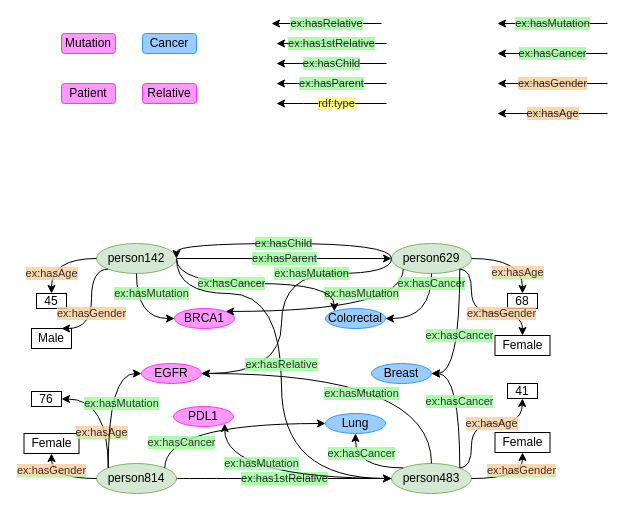
jason-huanghao/drawio_graphs keeps this draw.io diagram as Untitled Diagram.drawio. Above is the earlier version. Source tidied: cells renumbered, new cells numbered last; positions are measured from the earlier drawing's top-left corner, leaving out a move shared by most shapes. Both pictures are drawn from the tidied source at 100%, with x=0, y=0 at pixel (23, 23).
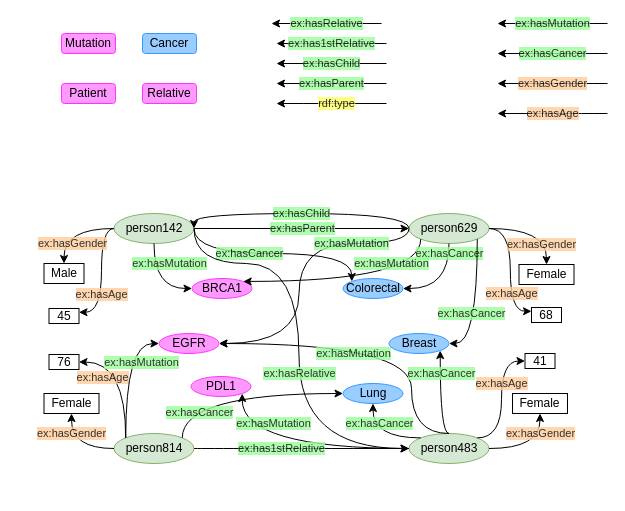
The same diagram, later.

What changed in the source:
```diff
@@
     <mxCell id="2" value="ex:hasParent" style="edgeStyle=orthogonalEdgeStyle;rounded=0;jettySize=auto;html=1;exitX=1;exitY=0.5;exitDx=0;exitDy=0;curved=1;labelBackgroundColor=#99FF99;entryX=0;entryY=0.5;entryDx=0;entryDy=0;textOpacity=80;" parent="1" edge="1" source="3" target="4">
       <mxGeometry relative="1" as="geometry">
         <Array as="points">
-          <mxPoint x="258" y="235" />
-          <mxPoint x="258" y="235" />
+          <mxPoint x="275.5" y="205" />
+          <mxPoint x="275.5" y="205" />
         </Array>
       </mxGeometry>
     </mxCell>
     <mxCell id="3" value="person142" style="ellipse;whiteSpace=wrap;html=1;fillColor=#d5e8d4;strokeColor=#82b366;" parent="1" vertex="1">
-      <mxGeometry x="73" y="220" width="80" height="30" as="geometry" />
+      <mxGeometry x="90.5" y="190" width="80" height="30" as="geometry" />
     </mxCell>
     <mxCell id="4" value="person629" style="ellipse;whiteSpace=wrap;html=1;fillColor=#d5e8d4;strokeColor=#82b366;" parent="1" vertex="1">
-      <mxGeometry x="368" y="220" width="80" height="30" as="geometry" />
+      <mxGeometry x="385.5" y="190" width="80" height="30" as="geometry" />
     </mxCell>
     <mxCell id="5" value="&lt;span class=&quot;notion-enable-hover&quot; style=&quot;&quot;&gt;Male&lt;/span&gt;" style="rounded=0;whiteSpace=wrap;html=1;" parent="1" vertex="1">
-      <mxGeometry x="8" y="305" width="40" height="20" as="geometry" />
+      <mxGeometry x="20.5" y="240" width="40" height="20" as="geometry" />
     </mxCell>
     <mxCell id="6" value="45" style="rounded=0;whiteSpace=wrap;html=1;" parent="1" vertex="1">
-      <mxGeometry x="13" y="270" width="30" height="15" as="geometry" />
+      <mxGeometry x="25.5" y="285" width="30" height="15" as="geometry" />
     </mxCell>
     <mxCell id="7" value="&lt;span class=&quot;notion-enable-hover&quot; style=&quot;&quot;&gt;Female&lt;/span&gt;" style="rounded=0;whiteSpace=wrap;html=1;" parent="1" vertex="1">
-      <mxGeometry x="471.5" y="312" width="55" height="20" as="geometry" />
+      <mxGeometry x="495.5" y="241" width="55" height="20" as="geometry" />
     </mxCell>
@@
-    <mxCell id="10" value="&lt;span style=&quot;background-color: rgb(255, 204, 153);&quot;&gt;ex:hasGender&lt;/span&gt;" style="edgeStyle=orthogonalEdgeStyle;rounded=0;orthogonalLoop=1;jettySize=auto;html=1;exitX=0;exitY=0.5;exitDx=0;exitDy=0;curved=1;labelBackgroundColor=#99FF99;entryX=1;entryY=0.5;entryDx=0;entryDy=0;textOpacity=80;" parent="1" edge="1">
+    <mxCell id="10" value="&lt;span style=&quot;&quot;&gt;ex:hasGender&lt;/span&gt;" style="edgeStyle=orthogonalEdgeStyle;rounded=0;orthogonalLoop=1;jettySize=auto;html=1;exitX=0;exitY=0.5;exitDx=0;exitDy=0;curved=1;labelBackgroundColor=#FFCC99;entryX=1;entryY=0.5;entryDx=0;entryDy=0;textOpacity=80;" parent="1" edge="1">
       <mxGeometry relative="1" as="geometry">
         <mxPoint x="584" y="60" as="sourcePoint" />
         <mxPoint x="474" y="60" as="targetPoint" />
       </mxGeometry>
     </mxCell>
-    <mxCell id="11" value="&lt;span style=&quot;background-color: rgb(255, 204, 153);&quot;&gt;ex:hasAge&lt;/span&gt;" style="edgeStyle=orthogonalEdgeStyle;rounded=0;orthogonalLoop=1;jettySize=auto;html=1;exitX=0;exitY=0.5;exitDx=0;exitDy=0;curved=1;labelBackgroundColor=#99FF99;entryX=1;entryY=0.5;entryDx=0;entryDy=0;textOpacity=80;" parent="1" edge="1">
+    <mxCell id="11" value="&lt;span style=&quot;&quot;&gt;ex:hasAge&lt;/span&gt;" style="edgeStyle=orthogonalEdgeStyle;rounded=0;orthogonalLoop=1;jettySize=auto;html=1;exitX=0;exitY=0.5;exitDx=0;exitDy=0;curved=1;labelBackgroundColor=#FFCC99;entryX=1;entryY=0.5;entryDx=0;entryDy=0;textOpacity=80;" parent="1" edge="1">
       <mxGeometry relative="1" as="geometry">
         <mxPoint x="584" y="90" as="sourcePoint" />
         <mxPoint x="474" y="90" as="targetPoint" />
       </mxGeometry>
     </mxCell>
     <mxCell id="12" value="EGFR" style="ellipse;whiteSpace=wrap;html=1;fillColor=#FF99FF;strokeColor=#FF33FF;" parent="1" vertex="1">
-      <mxGeometry x="118" y="340" width="60" height="20" as="geometry" />
+      <mxGeometry x="135.5" y="310" width="60" height="20" as="geometry" />
     </mxCell>
     <mxCell id="13" value="BRCA1" style="ellipse;whiteSpace=wrap;html=1;fillColor=#FF99FF;strokeColor=#FF33FF;" parent="1" vertex="1">
-      <mxGeometry x="151" y="285" width="60" height="20" as="geometry" />
+      <mxGeometry x="168.5" y="255" width="60" height="20" as="geometry" />
     </mxCell>
@@
     <mxCell id="15" value="person483" style="ellipse;whiteSpace=wrap;html=1;fillColor=#d5e8d4;strokeColor=#82b366;" parent="1" vertex="1">
-      <mxGeometry x="368" y="440" width="80" height="30" as="geometry" />
+      <mxGeometry x="385.5" y="410" width="80" height="30" as="geometry" />
     </mxCell>
     <mxCell id="16" value="person814" style="ellipse;whiteSpace=wrap;html=1;fillColor=#d5e8d4;strokeColor=#82b366;" parent="1" vertex="1">
-      <mxGeometry x="73" y="440" width="80" height="30" as="geometry" />
+      <mxGeometry x="90.5" y="410" width="80" height="30" as="geometry" />
     </mxCell>
     <mxCell id="17" value="68" style="rounded=0;whiteSpace=wrap;html=1;" parent="1" vertex="1">
-      <mxGeometry x="484" y="270" width="30" height="15" as="geometry" />
+      <mxGeometry x="508" y="284" width="30" height="15" as="geometry" />
     </mxCell>
     <mxCell id="18" value="Lung" style="ellipse;whiteSpace=wrap;html=1;fillColor=#99CCFF;strokeColor=#3399FF;" parent="1" vertex="1">
-      <mxGeometry x="302" y="390" width="60" height="20" as="geometry" />
+      <mxGeometry x="319.5" y="360" width="60" height="20" as="geometry" />
     </mxCell>
     <mxCell id="19" value="Breast" style="ellipse;whiteSpace=wrap;html=1;fillColor=#99CCFF;strokeColor=#3399FF;" parent="1" vertex="1">
-      <mxGeometry x="348" y="340" width="60" height="20" as="geometry" />
+      <mxGeometry x="365.5" y="310" width="60" height="20" as="geometry" />
     </mxCell>
     <mxCell id="20" value="Colorectal" style="ellipse;whiteSpace=wrap;html=1;fillColor=#99CCFF;strokeColor=#3399FF;" parent="1" vertex="1">
-      <mxGeometry x="302" y="285" width="60" height="20" as="geometry" />
+      <mxGeometry x="319.5" y="255" width="60" height="20" as="geometry" />
     </mxCell>
@@
     <mxCell id="23" value="PDL1" style="ellipse;whiteSpace=wrap;html=1;fillColor=#FF99FF;strokeColor=#FF33FF;" parent="1" vertex="1">
-      <mxGeometry x="150" y="383" width="60" height="20" as="geometry" />
+      <mxGeometry x="167.5" y="353" width="60" height="20" as="geometry" />
     </mxCell>
@@
     <mxCell id="26" value="ex:hasChild" style="edgeStyle=orthogonalEdgeStyle;rounded=0;jettySize=auto;html=1;exitX=0;exitY=0.5;exitDx=0;exitDy=0;curved=1;labelBackgroundColor=#99FF99;entryX=1;entryY=0.5;entryDx=0;entryDy=0;textOpacity=80;" parent="1" edge="1" source="4" target="3">
       <mxGeometry relative="1" as="geometry">
         <Array as="points">
-          <mxPoint x="368" y="220" />
-          <mxPoint x="153" y="220" />
+          <mxPoint x="385.5" y="190" />
+          <mxPoint x="170.5" y="190" />
         </Array>
       </mxGeometry>
     </mxCell>
@@
-    <mxCell id="29" value="ex:has1stRelative" style="edgeStyle=orthogonalEdgeStyle;rounded=0;jettySize=auto;html=1;exitX=1;exitY=0.5;exitDx=0;exitDy=0;curved=1;labelBackgroundColor=#99FF99;entryX=0;entryY=0.5;entryDx=0;entryDy=0;textOpacity=80;" parent="1" edge="1" source="16" target="15">
-      <mxGeometry relative="1" as="geometry" />
-    </mxCell>
-    <mxCell id="30" value="&lt;span style=&quot;background-color: rgb(255, 204, 153);&quot;&gt;ex:hasGender&lt;/span&gt;" style="edgeStyle=orthogonalEdgeStyle;rounded=0;jettySize=auto;html=1;exitX=0;exitY=1;exitDx=0;exitDy=0;curved=1;labelBackgroundColor=#99FF99;entryX=0.75;entryY=0;entryDx=0;entryDy=0;textOpacity=80;" parent="1" edge="1" source="3" target="5">
-      <mxGeometry x="0.15" relative="1" as="geometry">
-        <Array as="points">
-          <mxPoint x="68" y="246" />
-          <mxPoint x="68" y="305" />
-        </Array>
-      </mxGeometry>
-    </mxCell>
-    <mxCell id="31" value="&lt;span style=&quot;background-color: rgb(255, 204, 153);&quot;&gt;ex:hasAge&lt;/span&gt;" style="edgeStyle=orthogonalEdgeStyle;rounded=0;jettySize=auto;html=1;exitX=0;exitY=0.5;exitDx=0;exitDy=0;curved=1;labelBackgroundColor=#99FF99;entryX=0.5;entryY=0;entryDx=0;entryDy=0;textOpacity=80;" parent="1" edge="1" source="3" target="6">
-      <mxGeometry x="0.5" relative="1" as="geometry" />
+    <mxCell id="31" value="&lt;span style=&quot;&quot;&gt;ex:hasAge&lt;/span&gt;" style="edgeStyle=orthogonalEdgeStyle;rounded=0;jettySize=auto;html=1;exitX=0;exitY=0.5;exitDx=0;exitDy=0;curved=1;labelBackgroundColor=#FFCC99;entryX=1;entryY=0.25;entryDx=0;entryDy=0;textOpacity=80;" parent="1" edge="1" source="3" target="6">
+      <mxGeometry x="0.3" relative="1" as="geometry">
+        <Array as="points">
+          <mxPoint x="78" y="205" />
+          <mxPoint x="78" y="289" />
+        </Array>
+        <mxPoint y="1" as="offset" />
+      </mxGeometry>
     </mxCell>
-    <mxCell id="32" value="&lt;span style=&quot;background-color: rgb(255, 204, 153);&quot;&gt;ex:hasAge&lt;/span&gt;" style="edgeStyle=orthogonalEdgeStyle;rounded=0;jettySize=auto;html=1;exitX=1;exitY=0.5;exitDx=0;exitDy=0;curved=1;labelBackgroundColor=#99FF99;entryX=0.5;entryY=0;entryDx=0;entryDy=0;textOpacity=80;" parent="1" edge="1" source="4" target="17">
-      <mxGeometry x="0.5" y="-5" relative="1" as="geometry" />
+    <mxCell id="32" value="&lt;span style=&quot;&quot;&gt;ex:hasAge&lt;/span&gt;" style="edgeStyle=orthogonalEdgeStyle;rounded=0;jettySize=auto;html=1;exitX=1;exitY=0.5;exitDx=0;exitDy=0;curved=1;labelBackgroundColor=#FFCC99;entryX=0;entryY=0.25;entryDx=0;entryDy=0;textOpacity=80;" parent="1" edge="1" source="4" target="17">
+      <mxGeometry x="0.38" y="1" relative="1" as="geometry" />
     </mxCell>
-    <mxCell id="33" value="&lt;span style=&quot;background-color: rgb(255, 204, 153);&quot;&gt;ex:hasGender&lt;/span&gt;" style="edgeStyle=orthogonalEdgeStyle;rounded=0;jettySize=auto;html=1;curved=1;labelBackgroundColor=#99FF99;entryX=0.5;entryY=0;entryDx=0;entryDy=0;textOpacity=80;exitX=1;exitY=1;exitDx=0;exitDy=0;" parent="1" edge="1" source="4" target="7">
-      <mxGeometry x="0.33" relative="1" as="geometry">
+    <mxCell id="33" value="&lt;span style=&quot;&quot;&gt;ex:hasGender&lt;/span&gt;" style="edgeStyle=orthogonalEdgeStyle;rounded=0;jettySize=auto;html=1;curved=1;labelBackgroundColor=#FFCC99;textOpacity=80;exitX=1;exitY=0.5;exitDx=0;exitDy=0;entryX=0.5;entryY=0;entryDx=0;entryDy=0;" parent="1" edge="1" source="4" target="7">
+      <mxGeometry x="0.55" y="-5" relative="1" as="geometry">
         <Array as="points">
-          <mxPoint x="448" y="246" />
-          <mxPoint x="448" y="290" />
-          <mxPoint x="499" y="290" />
+          <mxPoint x="523" y="205" />
         </Array>
+        <mxPoint y="1" as="offset" />
       </mxGeometry>
     </mxCell>
     <mxCell id="34" value="&lt;span class=&quot;notion-enable-hover&quot; style=&quot;&quot;&gt;Female&lt;/span&gt;" style="rounded=0;whiteSpace=wrap;html=1;" parent="1" vertex="1">
-      <mxGeometry x="471.5" y="409" width="55" height="20" as="geometry" />
+      <mxGeometry x="489" y="370" width="55" height="20" as="geometry" />
     </mxCell>
     <mxCell id="35" value="41" style="rounded=0;whiteSpace=wrap;html=1;" parent="1" vertex="1">
-      <mxGeometry x="484" y="360" width="30" height="15" as="geometry" />
+      <mxGeometry x="501.5" y="330" width="30" height="15" as="geometry" />
     </mxCell>
-    <mxCell id="36" value="&lt;span style=&quot;background-color: rgb(255, 204, 153);&quot;&gt;ex:hasGender&lt;/span&gt;" style="edgeStyle=orthogonalEdgeStyle;rounded=0;jettySize=auto;html=1;exitX=1;exitY=0.5;exitDx=0;exitDy=0;curved=1;labelBackgroundColor=#99FF99;entryX=0.5;entryY=1;entryDx=0;entryDy=0;textOpacity=80;" parent="1" edge="1" source="15" target="34">
-      <mxGeometry x="0.53" y="1" relative="1" as="geometry" />
+    <mxCell id="36" value="&lt;span style=&quot;&quot;&gt;ex:hasGender&lt;/span&gt;" style="edgeStyle=orthogonalEdgeStyle;rounded=0;jettySize=auto;html=1;exitX=1;exitY=0.5;exitDx=0;exitDy=0;curved=1;labelBackgroundColor=#FFCC99;entryX=0.5;entryY=1;entryDx=0;entryDy=0;textOpacity=80;" parent="1" edge="1" source="15" target="34">
+      <mxGeometry x="0.53" relative="1" as="geometry" />
     </mxCell>
-    <mxCell id="37" value="&lt;span style=&quot;background-color: rgb(255, 204, 153);&quot;&gt;ex:hasAge&lt;/span&gt;" style="edgeStyle=orthogonalEdgeStyle;rounded=0;jettySize=auto;html=1;exitX=1;exitY=0;exitDx=0;exitDy=0;curved=1;labelBackgroundColor=#99FF99;entryX=0.5;entryY=1;entryDx=0;entryDy=0;textOpacity=80;" parent="1" edge="1" source="15" target="35">
-      <mxGeometry x="0.16" relative="1" as="geometry">
+    <mxCell id="37" value="&lt;span style=&quot;&quot;&gt;ex:hasAge&lt;/span&gt;" style="edgeStyle=orthogonalEdgeStyle;rounded=0;jettySize=auto;html=1;exitX=1;exitY=0;exitDx=0;exitDy=0;curved=1;labelBackgroundColor=#FFCC99;entryX=0;entryY=0.5;entryDx=0;entryDy=0;textOpacity=80;" parent="1" edge="1" source="15" target="35">
+      <mxGeometry x="0.26" relative="1" as="geometry">
         <Array as="points">
-          <mxPoint x="448" y="444" />
-          <mxPoint x="448" y="400" />
-          <mxPoint x="498" y="400" />
+          <mxPoint x="478" y="414" />
+          <mxPoint x="478" y="338" />
         </Array>
       </mxGeometry>
     </mxCell>
     <mxCell id="38" value="&lt;span class=&quot;notion-enable-hover&quot; style=&quot;&quot;&gt;Female&lt;/span&gt;" style="rounded=0;whiteSpace=wrap;html=1;" parent="1" vertex="1">
-      <mxGeometry x="0.5" y="410" width="55" height="20" as="geometry" />
+      <mxGeometry x="20.5" y="370" width="55" height="20" as="geometry" />
     </mxCell>
     <mxCell id="39" value="76" style="rounded=0;whiteSpace=wrap;html=1;" parent="1" vertex="1">
-      <mxGeometry x="8" y="368" width="30" height="15" as="geometry" />
+      <mxGeometry x="25.5" y="331" width="30" height="15" as="geometry" />
     </mxCell>
-    <mxCell id="40" value="&lt;span style=&quot;background-color: rgb(255, 204, 153);&quot;&gt;ex:hasAge&lt;/span&gt;" style="edgeStyle=orthogonalEdgeStyle;rounded=0;jettySize=auto;html=1;exitX=0;exitY=0;exitDx=0;exitDy=0;curved=1;labelBackgroundColor=#99FF99;entryX=1;entryY=0.5;entryDx=0;entryDy=0;textOpacity=80;" parent="1" edge="1" source="16" target="39">
-      <mxGeometry x="-0.4" y="7" relative="1" as="geometry">
+    <mxCell id="40" value="&lt;span style=&quot;&quot;&gt;ex:hasAge&lt;/span&gt;" style="edgeStyle=orthogonalEdgeStyle;rounded=0;jettySize=auto;html=1;exitX=0;exitY=0;exitDx=0;exitDy=0;curved=1;labelBackgroundColor=#FFCC99;entryX=1;entryY=0.5;entryDx=0;entryDy=0;textOpacity=80;" parent="1" edge="1" source="16" target="39">
+      <mxGeometry x="0.61" y="15" relative="1" as="geometry">
         <Array as="points">
-          <mxPoint x="85" y="376" />
+          <mxPoint x="102" y="339" />
         </Array>
       </mxGeometry>
     </mxCell>
-    <mxCell id="41" value="&lt;span style=&quot;background-color: rgb(255, 204, 153);&quot;&gt;ex:hasGender&lt;/span&gt;" style="edgeStyle=orthogonalEdgeStyle;rounded=0;jettySize=auto;html=1;exitX=0;exitY=0.5;exitDx=0;exitDy=0;curved=1;labelBackgroundColor=#99FF99;entryX=0.5;entryY=1;entryDx=0;entryDy=0;textOpacity=80;" parent="1" edge="1" source="16" target="38">
+    <mxCell id="41" value="&lt;span style=&quot;&quot;&gt;ex:hasGender&lt;/span&gt;" style="edgeStyle=orthogonalEdgeStyle;rounded=0;jettySize=auto;html=1;exitX=0;exitY=0.5;exitDx=0;exitDy=0;curved=1;labelBackgroundColor=#FFCC99;entryX=0.5;entryY=1;entryDx=0;entryDy=0;textOpacity=80;" parent="1" edge="1" source="16" target="38">
       <mxGeometry x="0.5" relative="1" as="geometry" />
     </mxCell>
@@
     <mxCell id="43" value="ex:hasMutation" style="edgeStyle=orthogonalEdgeStyle;rounded=0;jettySize=auto;html=1;exitX=0;exitY=1;exitDx=0;exitDy=0;curved=1;labelBackgroundColor=#99FF99;entryX=1;entryY=0;entryDx=0;entryDy=0;textOpacity=80;" parent="1" edge="1" source="4" target="13">
-      <mxGeometry x="-0.24" y="-18" relative="1" as="geometry">
+      <mxGeometry x="-0.35" y="-18" relative="1" as="geometry">
         <Array as="points">
-          <mxPoint x="380" y="288" />
+          <mxPoint x="397.5" y="258" />
         </Array>
       </mxGeometry>
     </mxCell>
     <mxCell id="44" value="ex:hasMutation" style="edgeStyle=orthogonalEdgeStyle;rounded=0;jettySize=auto;html=1;exitX=0;exitY=0.5;exitDx=0;exitDy=0;curved=1;labelBackgroundColor=#99FF99;entryX=1;entryY=0.5;entryDx=0;entryDy=0;textOpacity=80;" parent="1" edge="1" source="4" target="12">
-      <mxGeometry x="-0.38" relative="1" as="geometry">
+      <mxGeometry x="-0.52" relative="1" as="geometry">
         <Array as="points">
-          <mxPoint x="368" y="250" />
-          <mxPoint x="258" y="250" />
-          <mxPoint x="258" y="350" />
+          <mxPoint x="385.5" y="220" />
+          <mxPoint x="275.5" y="220" />
+          <mxPoint x="275.5" y="320" />
         </Array>
       </mxGeometry>
     </mxCell>
     <mxCell id="45" value="ex:hasCancer" style="edgeStyle=orthogonalEdgeStyle;rounded=0;jettySize=auto;html=1;exitX=1;exitY=0.5;exitDx=0;exitDy=0;curved=1;labelBackgroundColor=#99FF99;entryX=0;entryY=0;entryDx=0;entryDy=0;textOpacity=80;" parent="1" edge="1" source="3" target="20">
       <mxGeometry x="-0.24" relative="1" as="geometry">
         <Array as="points">
-          <mxPoint x="153" y="260" />
-          <mxPoint x="311" y="260" />
+          <mxPoint x="170.5" y="230" />
+          <mxPoint x="328.5" y="230" />
         </Array>
       </mxGeometry>
     </mxCell>
@@
     <mxCell id="47" value="ex:hasRelative" style="edgeStyle=orthogonalEdgeStyle;rounded=0;jettySize=auto;html=1;exitX=1;exitY=0.5;exitDx=0;exitDy=0;curved=1;labelBackgroundColor=#99FF99;entryX=0;entryY=0.5;entryDx=0;entryDy=0;textOpacity=80;" parent="1" edge="1" source="3" target="15">
-      <mxGeometry x="-0.03" relative="1" as="geometry">
+      <mxGeometry x="0.15" relative="1" as="geometry">
         <Array as="points">
-          <mxPoint x="153" y="270" />
-          <mxPoint x="258" y="270" />
-          <mxPoint x="258" y="455" />
+          <mxPoint x="170.5" y="240" />
+          <mxPoint x="275.5" y="240" />
+          <mxPoint x="275.5" y="425" />
         </Array>
       </mxGeometry>
     </mxCell>
     <mxCell id="48" value="ex:hasMutation" style="edgeStyle=orthogonalEdgeStyle;rounded=0;jettySize=auto;html=1;exitX=0.5;exitY=0;exitDx=0;exitDy=0;curved=1;labelBackgroundColor=#99FF99;entryX=1;entryY=0.5;entryDx=0;entryDy=0;textOpacity=80;" parent="1" edge="1" source="15" target="12">
-      <mxGeometry y="20" relative="1" as="geometry">
+      <mxGeometry x="0.17" y="10" relative="1" as="geometry">
         <Array as="points">
-          <mxPoint x="408" y="350" />
+          <mxPoint x="388" y="410" />
+          <mxPoint x="388" y="320" />
         </Array>
+        <mxPoint x="1" as="offset" />
       </mxGeometry>
     </mxCell>
-    <mxCell id="49" value="ex:hasCancer" style="edgeStyle=orthogonalEdgeStyle;rounded=0;jettySize=auto;html=1;exitX=1;exitY=0;exitDx=0;exitDy=0;curved=1;labelBackgroundColor=#99FF99;textOpacity=80;" parent="1" edge="1" source="15">
-      <mxGeometry x="0.08" relative="1" as="geometry">
-        <mxPoint x="408" y="350" as="targetPoint" />
+    <mxCell id="49" value="ex:hasCancer" style="edgeStyle=orthogonalEdgeStyle;rounded=0;jettySize=auto;html=1;exitX=0.5;exitY=0;exitDx=0;exitDy=0;curved=1;labelBackgroundColor=#99FF99;textOpacity=80;entryX=1;entryY=1;entryDx=0;entryDy=0;" parent="1" edge="1" source="15" target="19">
+      <mxGeometry x="0.5" y="-1" relative="1" as="geometry">
         <Array as="points">
-          <mxPoint x="436" y="350" />
+          <mxPoint x="417" y="410" />
         </Array>
       </mxGeometry>
     </mxCell>
     <mxCell id="50" value="ex:hasMutation" style="edgeStyle=orthogonalEdgeStyle;rounded=0;jettySize=auto;html=1;exitX=0;exitY=0;exitDx=0;exitDy=0;curved=1;labelBackgroundColor=#99FF99;entryX=0;entryY=0.5;entryDx=0;entryDy=0;textOpacity=80;" parent="1" edge="1" source="16" target="12">
-      <mxGeometry x="0.01" y="-13" relative="1" as="geometry">
+      <mxGeometry x="0.17" y="-16" relative="1" as="geometry">
         <Array as="points">
-          <mxPoint x="85" y="350" />
+          <mxPoint x="102.5" y="320" />
         </Array>
       </mxGeometry>
     </mxCell>
     <mxCell id="51" value="ex:hasCancer" style="edgeStyle=orthogonalEdgeStyle;rounded=0;jettySize=auto;html=1;exitX=1;exitY=0;exitDx=0;exitDy=0;curved=1;labelBackgroundColor=#99FF99;entryX=0;entryY=0.5;entryDx=0;entryDy=0;textOpacity=80;" parent="1" edge="1" source="16" target="18">
       <mxGeometry x="-0.76" y="-17" relative="1" as="geometry">
         <Array as="points">
-          <mxPoint x="141" y="400" />
+          <mxPoint x="158.5" y="370" />
         </Array>
       </mxGeometry>
     </mxCell>
@@
     <mxCell id="54" value="ex:hasMutation" style="edgeStyle=orthogonalEdgeStyle;rounded=0;jettySize=auto;html=1;exitX=0;exitY=0.5;exitDx=0;exitDy=0;curved=1;labelBackgroundColor=#99FF99;entryX=1;entryY=1;entryDx=0;entryDy=0;textOpacity=80;" parent="1" edge="1" source="15" target="23">
-      <mxGeometry x="0.17" y="-15" relative="1" as="geometry" />
+      <mxGeometry x="0.24" y="-25" relative="1" as="geometry">
+        <mxPoint x="1" as="offset" />
+      </mxGeometry>
     </mxCell>
     <mxCell id="55" value="ex:hasCancer" style="edgeStyle=orthogonalEdgeStyle;rounded=0;jettySize=auto;html=1;exitX=1;exitY=1;exitDx=0;exitDy=0;curved=1;labelBackgroundColor=#99FF99;entryX=1;entryY=0.5;entryDx=0;entryDy=0;textOpacity=80;" parent="1" edge="1" source="4" target="19">
-      <mxGeometry relative="1" as="geometry" />
+      <mxGeometry x="0.12" y="-6" relative="1" as="geometry" />
     </mxCell>
@@
+    <mxCell id="29" value="ex:has1stRelative" style="edgeStyle=orthogonalEdgeStyle;rounded=0;jettySize=auto;html=1;exitX=1;exitY=0.5;exitDx=0;exitDy=0;curved=1;labelBackgroundColor=#99FF99;entryX=0;entryY=0.5;entryDx=0;entryDy=0;textOpacity=80;" parent="1" edge="1" source="16" target="15">
+      <mxGeometry x="-0.19" relative="1" as="geometry" />
+    </mxCell>
+    <mxCell id="30" value="&lt;span style=&quot;&quot;&gt;ex:hasGender&lt;/span&gt;" style="edgeStyle=orthogonalEdgeStyle;rounded=0;jettySize=auto;html=1;exitX=0;exitY=0.5;exitDx=0;exitDy=0;curved=1;labelBackgroundColor=#FFCC99;entryX=0.5;entryY=0;entryDx=0;entryDy=0;textOpacity=80;" parent="1" edge="1" source="3" target="5">
+      <mxGeometry x="0.53" y="8" relative="1" as="geometry" />
+    </mxCell>
```
